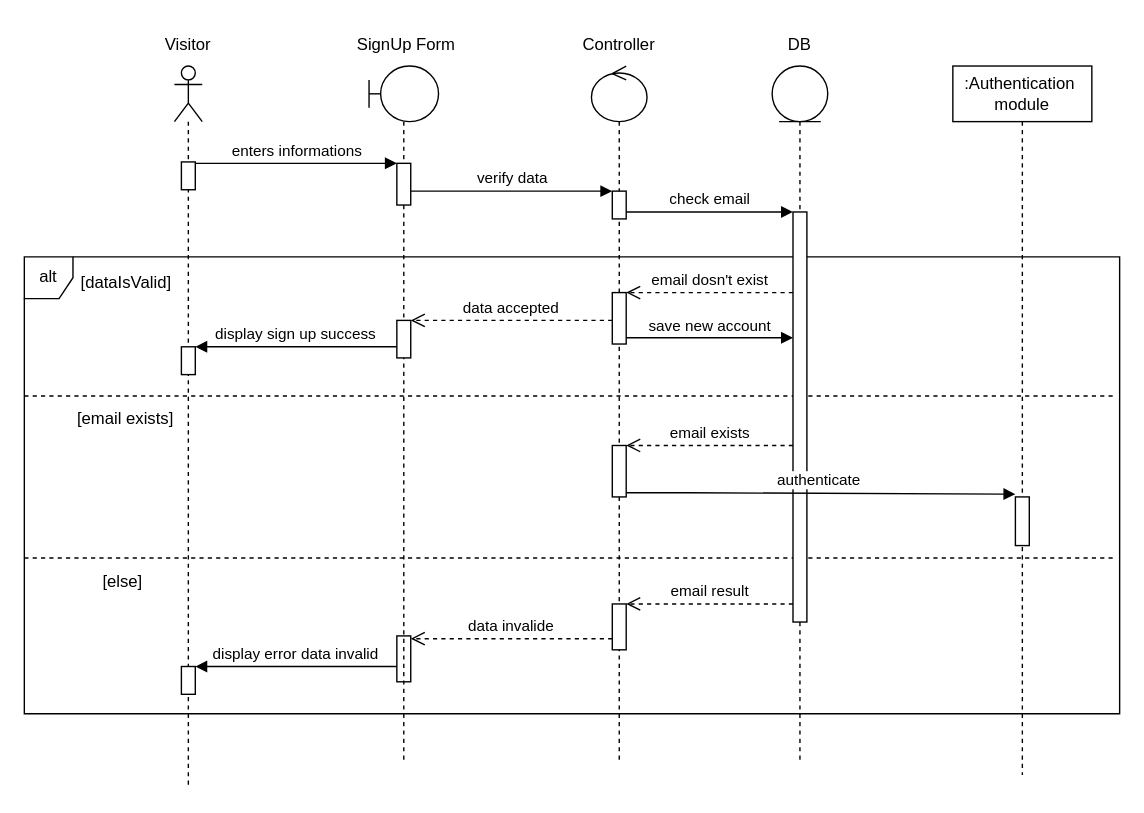
rayenbenyoussef/Jci_Manager keeps this draw.io diagram as uml diagram/createAccount_sequence.drawio. Above is the earlier version. Source tidied: cells renumbered, new cells numbered last; positions are measured from the earlier drawing's top-left corner, leaving out a move shared by most shapes. Both pictures are drawn from the tidied source at 139%, with x=0, y=0 at pixel (24, 24).
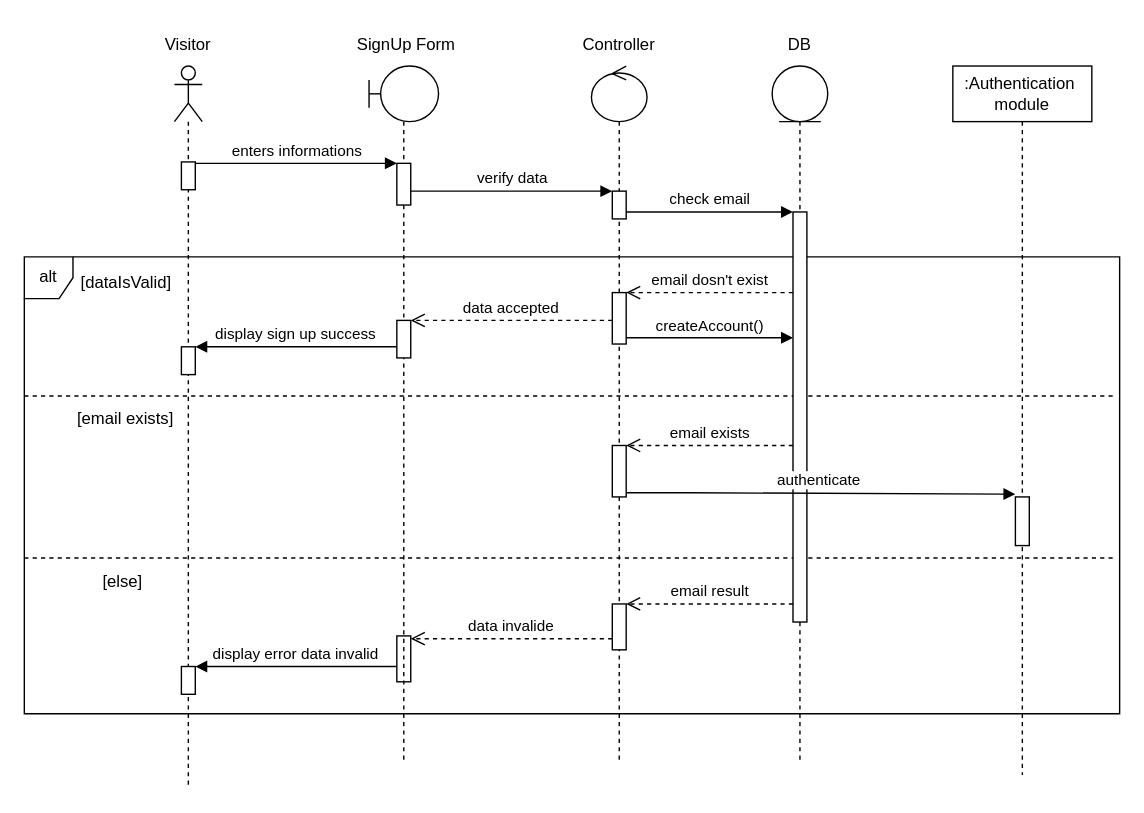
The same page after the edit.

Diff of the diagram source:
```diff
@@
-    <mxCell id="31" value="save new account" style="html=1;verticalAlign=bottom;endArrow=block;curved=0;rounded=0;" parent="1" edge="1">
+    <mxCell id="31" value="createAccount()" style="html=1;verticalAlign=bottom;endArrow=block;curved=0;rounded=0;" parent="1" edge="1">
       <mxGeometry relative="1" as="geometry">
         <mxPoint x="433" y="225.5" as="sourcePoint" />
         <mxPoint x="553" y="225.5" as="targetPoint" />
       </mxGeometry>
     </mxCell>
```
